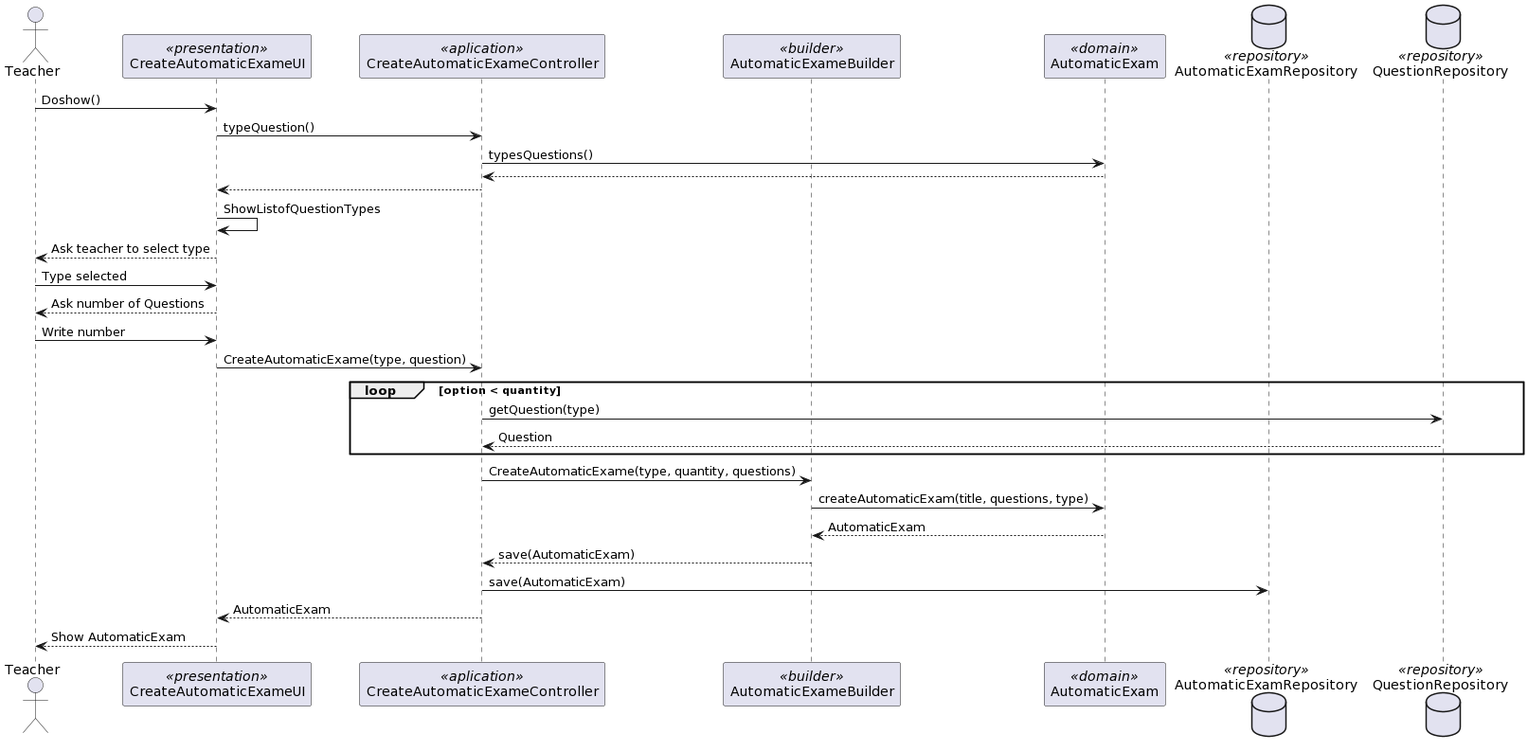
mascenso/isep-sem4-lapr4 keeps this PlantUML diagram as docs/SPRINT B/US2008 - Create Automatic Exame/sd-2008.png. Above is the earlier version. Its diagram source:
```plantuml
@startuml
actor Teacher as Actor
participant CreateAutomaticExameUI as UI <<presentation>>
participant CreateAutomaticExameController as Controller <<aplication>>
participant AutomaticExameBuilder as Builder <<builder>>
participant AutomaticExam as Domain <<domain>>
database AutomaticExamRepository as Repository1 <<repository>>
database QuestionRepository as Repository2 <<repository>>

Actor -> UI:Doshow()
UI -> Controller: typeQuestion()
Controller-> Domain: typesQuestions()
Domain --> Controller
Controller --> UI
UI -> UI:ShowListofQuestionTypes
UI --> Actor:Ask teacher to select type
Actor -> UI:Type selected
UI --> Actor: Ask number of Questions
Actor-> UI: Write number
UI -> Controller: CreateAutomaticExame(type, question)
    loop option < quantity
        Controller -> Repository2: getQuestion(type)
        Repository2 --> Controller: Question
    end
Controller -> Builder: CreateAutomaticExame(type, quantity, questions)
Builder -> Domain : createAutomaticExam(title, questions, type)
Domain --> Builder: AutomaticExam
Builder --> Controller : save(AutomaticExam)
Controller -> Repository1: save(AutomaticExam)
Controller --> UI:AutomaticExam
UI --> Actor: Show AutomaticExam
@enduml
```
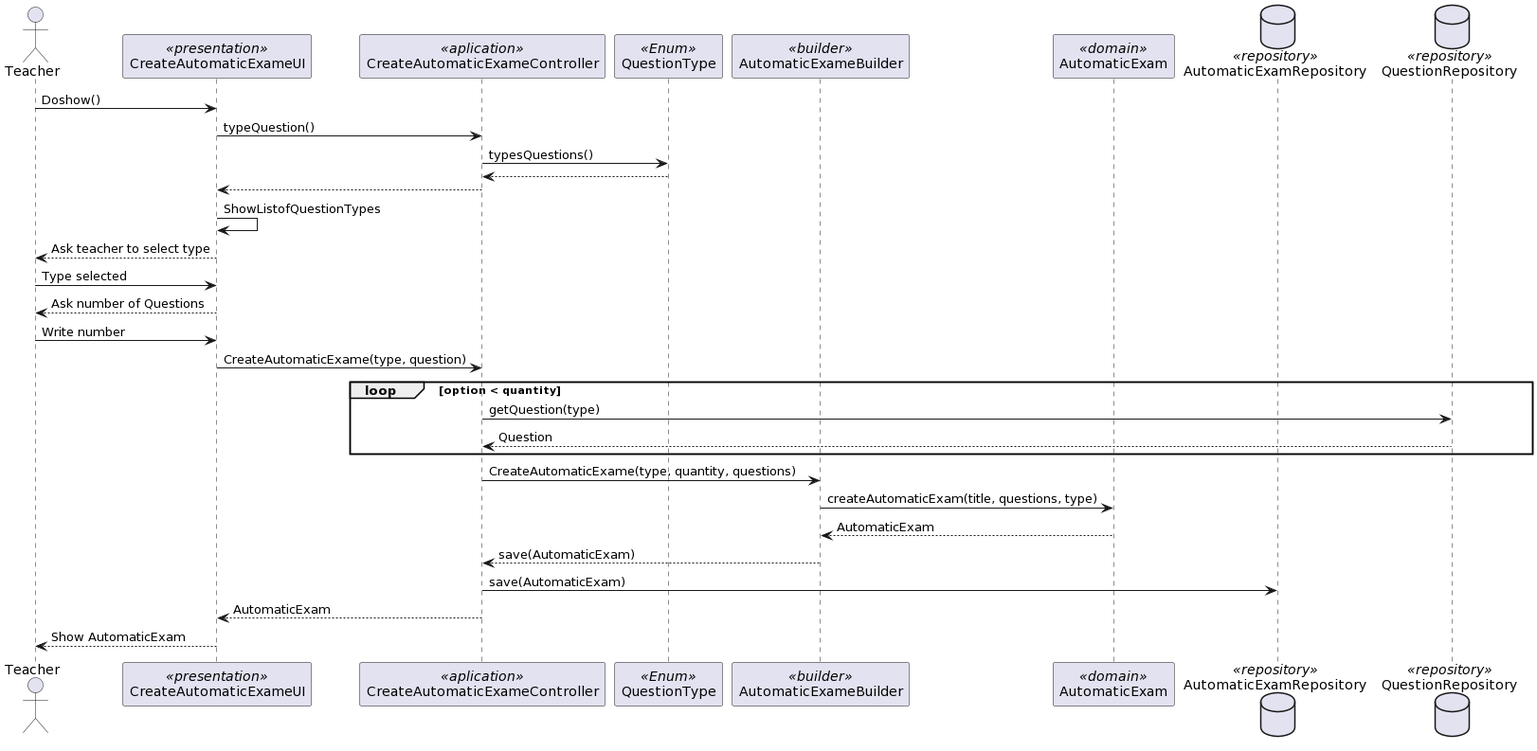
After the commit.

Diff of the diagram source:
```diff
@@ -2,6 +2,7 @@
 actor Teacher as Actor
 participant CreateAutomaticExameUI as UI <<presentation>>
 participant CreateAutomaticExameController as Controller <<aplication>>
+participant QuestionType as Enum <<Enum>>
 participant AutomaticExameBuilder as Builder <<builder>>
 participant AutomaticExam as Domain <<domain>>
 database AutomaticExamRepository as Repository1 <<repository>>
@@ -9,8 +10,8 @@
 
 Actor -> UI:Doshow()
 UI -> Controller: typeQuestion()
-Controller-> Domain: typesQuestions()
-Domain --> Controller
+Controller-> Enum: typesQuestions()
+Enum --> Controller
 Controller --> UI
 UI -> UI:ShowListofQuestionTypes
 UI --> Actor:Ask teacher to select type
```
